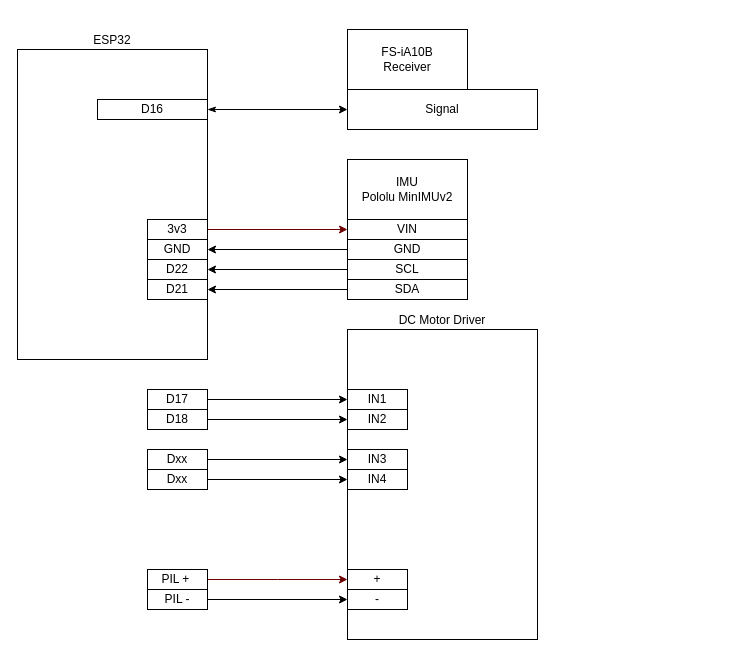
Before: page "Harness" (3 of 4) of docs/figures/system_diagram.drawio in slightlyReal/buggy, a draw.io diagram. Source tidied: cells renumbered, new cells numbered last; positions are measured from the earlier drawing's top-left corner, leaving out a move shared by most shapes. Both pictures are drawn from the tidied source at 100%, with x=0, y=0 at pixel (17, 29).
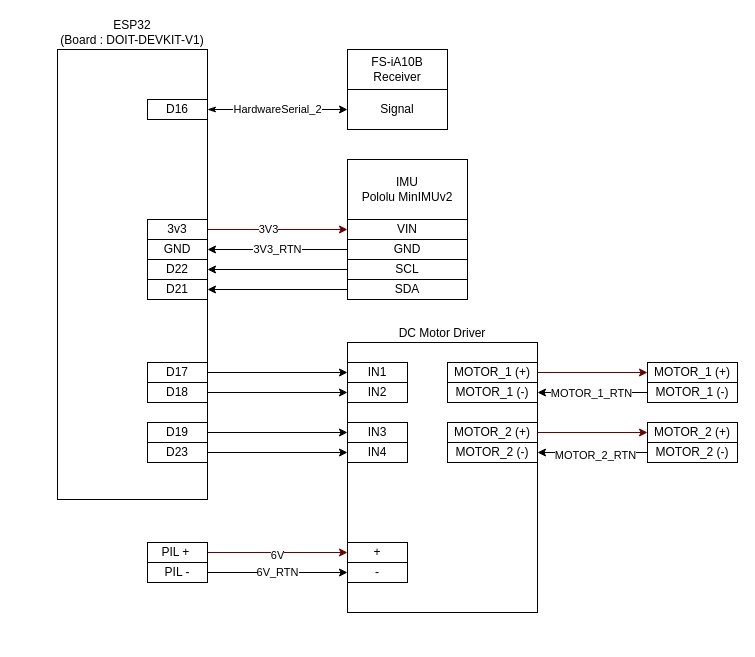
The same diagram, later.

Commit message (it also covers changes not shown here):
Added : Second motor

The change refers to these unchanged cells:
```xml
<mxCell id="8" style="edgeStyle=orthogonalEdgeStyle;rounded=0;jettySize=auto;html=1;entryX=0;entryY=0.5;entryDx=0;entryDy=0;fillColor=#a20025;strokeColor=#6F0000;exitX=1;exitY=0.5;exitDx=0;exitDy=0;" parent="1" edge="1" source="14" target="9">
  <mxGeometry relative="1" as="geometry" />
</mxCell>
<mxCell id="11" value="GND" style="rounded=0;whiteSpace=wrap;html=1;" parent="1" vertex="1">
  <mxGeometry x="330" y="210" width="120" height="20" as="geometry" />
</mxCell>
<mxCell id="15" value="GND" style="rounded=0;whiteSpace=wrap;html=1;" parent="1" vertex="1">
  <mxGeometry x="130" y="210" width="60" height="20" as="geometry" />
</mxCell>
```

Diff of the diagram source:
```diff
@@
-    <mxCell id="2" value="ESP32" style="rounded=0;whiteSpace=wrap;html=1;labelPosition=center;verticalLabelPosition=top;align=center;verticalAlign=bottom;" parent="1" vertex="1">
-      <mxGeometry y="20" width="190" height="310" as="geometry" />
+    <mxCell id="2" value="ESP32&lt;div&gt;(Board : DOIT-DEVKIT-V1)&lt;/div&gt;" style="rounded=0;whiteSpace=wrap;html=1;labelPosition=center;verticalLabelPosition=top;align=center;verticalAlign=bottom;" parent="1" vertex="1">
+      <mxGeometry x="40" y="20" width="150" height="450" as="geometry" />
     </mxCell>
@@
     <mxCell id="4" value="FS-iA10B&lt;div&gt;Receiver&lt;/div&gt;" style="rounded=0;whiteSpace=wrap;html=1;" parent="1" vertex="1">
-      <mxGeometry x="330" width="120" height="60" as="geometry" />
+      <mxGeometry x="330" y="20" width="100" height="40" as="geometry" />
     </mxCell>
-    <mxCell id="5" style="edgeStyle=orthogonalEdgeStyle;rounded=0;jettySize=auto;html=1;exitX=1;exitY=0.5;exitDx=0;exitDy=0;entryX=0;entryY=0.5;entryDx=0;entryDy=0;startArrow=classicThin;startFill=1;" parent="1" edge="1" source="6" target="7">
+    <mxCell id="5" value="HardwareSerial_2" style="edgeStyle=orthogonalEdgeStyle;rounded=0;jettySize=auto;html=1;exitX=1;exitY=0.5;exitDx=0;exitDy=0;entryX=0;entryY=0.5;entryDx=0;entryDy=0;startArrow=classicThin;startFill=1;" parent="1" edge="1" source="6" target="7">
       <mxGeometry relative="1" as="geometry" />
     </mxCell>
     <mxCell id="6" value="D16" style="rounded=0;whiteSpace=wrap;html=1;" parent="1" vertex="1">
-      <mxGeometry x="80" y="70" width="110" height="20" as="geometry" />
+      <mxGeometry x="130" y="70" width="60" height="20" as="geometry" />
     </mxCell>
     <mxCell id="7" value="Signal" style="rounded=0;whiteSpace=wrap;html=1;" parent="1" vertex="1">
-      <mxGeometry x="330" y="60" width="190" height="40" as="geometry" />
+      <mxGeometry x="330" y="60" width="100" height="40" as="geometry" />
     </mxCell>
@@
+    <mxCell id="39" value="3V3" style="edgeLabel;html=1;align=center;verticalAlign=middle;" parent="8" vertex="1">
+      <mxGeometry x="-0.14" y="1" relative="1" as="geometry" />
+    </mxCell>
@@
-    <mxCell id="10" style="edgeStyle=orthogonalEdgeStyle;rounded=0;jettySize=auto;html=1;exitX=0;exitY=0.5;exitDx=0;exitDy=0;entryX=1;entryY=0.5;entryDx=0;entryDy=0;" parent="1" edge="1" source="11" target="15">
+    <mxCell id="10" value="3V3_RTN" style="edgeStyle=orthogonalEdgeStyle;rounded=0;jettySize=auto;html=1;exitX=0;exitY=0.5;exitDx=0;exitDy=0;entryX=1;entryY=0.5;entryDx=0;entryDy=0;" parent="1" edge="1" source="11" target="15">
       <mxGeometry relative="1" as="geometry" />
     </mxCell>
@@
     <mxCell id="20" value="DC Motor Driver" style="rounded=0;whiteSpace=wrap;html=1;labelPosition=center;verticalLabelPosition=top;align=center;verticalAlign=bottom;" parent="1" vertex="1">
-      <mxGeometry x="330" y="300" width="190" height="310" as="geometry" />
+      <mxGeometry x="330" y="313" width="190" height="270" as="geometry" />
     </mxCell>
     <mxCell id="21" value="D17" style="rounded=0;whiteSpace=wrap;html=1;" parent="1" vertex="1">
-      <mxGeometry x="130" y="360" width="60" height="20" as="geometry" />
+      <mxGeometry x="130" y="333" width="60" height="20" as="geometry" />
     </mxCell>
     <mxCell id="22" value="D18" style="rounded=0;whiteSpace=wrap;html=1;" parent="1" vertex="1">
-      <mxGeometry x="130" y="380" width="60" height="20" as="geometry" />
+      <mxGeometry x="130" y="353" width="60" height="20" as="geometry" />
     </mxCell>
     <mxCell id="23" value="IN1" style="rounded=0;whiteSpace=wrap;html=1;" parent="1" vertex="1">
-      <mxGeometry x="330" y="360" width="60" height="20" as="geometry" />
+      <mxGeometry x="330" y="333" width="60" height="20" as="geometry" />
     </mxCell>
     <mxCell id="24" value="IN2" style="rounded=0;whiteSpace=wrap;html=1;" parent="1" vertex="1">
-      <mxGeometry x="330" y="380" width="60" height="20" as="geometry" />
+      <mxGeometry x="330" y="353" width="60" height="20" as="geometry" />
     </mxCell>
@@
-    <mxCell id="27" value="Dxx" style="rounded=0;whiteSpace=wrap;html=1;" parent="1" vertex="1">
-      <mxGeometry x="130" y="420" width="60" height="20" as="geometry" />
+    <mxCell id="27" value="D19" style="rounded=0;whiteSpace=wrap;html=1;" parent="1" vertex="1">
+      <mxGeometry x="130" y="393" width="60" height="20" as="geometry" />
     </mxCell>
-    <mxCell id="28" value="Dxx" style="rounded=0;whiteSpace=wrap;html=1;" parent="1" vertex="1">
-      <mxGeometry x="130" y="440" width="60" height="20" as="geometry" />
+    <mxCell id="28" value="D23" style="rounded=0;whiteSpace=wrap;html=1;" parent="1" vertex="1">
+      <mxGeometry x="130" y="413" width="60" height="20" as="geometry" />
     </mxCell>
     <mxCell id="29" value="IN3" style="rounded=0;whiteSpace=wrap;html=1;" parent="1" vertex="1">
-      <mxGeometry x="330" y="420" width="60" height="20" as="geometry" />
+      <mxGeometry x="330" y="393" width="60" height="20" as="geometry" />
     </mxCell>
     <mxCell id="30" value="IN4" style="rounded=0;whiteSpace=wrap;html=1;" parent="1" vertex="1">
-      <mxGeometry x="330" y="440" width="60" height="20" as="geometry" />
+      <mxGeometry x="330" y="413" width="60" height="20" as="geometry" />
     </mxCell>
@@
     <mxCell id="33" value="+" style="rounded=0;whiteSpace=wrap;html=1;" parent="1" vertex="1">
-      <mxGeometry x="330" y="540" width="60" height="20" as="geometry" />
+      <mxGeometry x="330" y="513" width="60" height="20" as="geometry" />
     </mxCell>
     <mxCell id="34" value="-" style="rounded=0;whiteSpace=wrap;html=1;" parent="1" vertex="1">
-      <mxGeometry x="330" y="560" width="60" height="20" as="geometry" />
+      <mxGeometry x="330" y="533" width="60" height="20" as="geometry" />
     </mxCell>
     <mxCell id="35" style="edgeStyle=orthogonalEdgeStyle;rounded=0;jettySize=auto;html=1;entryX=0;entryY=0.5;entryDx=0;entryDy=0;fillColor=#a20025;strokeColor=#6F0000;exitX=1;exitY=0.5;exitDx=0;exitDy=0;" parent="1" edge="1" source="36">
       <mxGeometry relative="1" as="geometry">
-        <mxPoint x="330" y="550" as="targetPoint" />
+        <mxPoint x="330" y="523" as="targetPoint" />
       </mxGeometry>
     </mxCell>
+    <mxCell id="40" value="6V" style="edgeLabel;html=1;align=center;verticalAlign=middle;" parent="35" vertex="1">
+      <mxGeometry x="-0.02" y="-2" relative="1" as="geometry" />
+    </mxCell>
     <mxCell id="36" value="PIL +&amp;nbsp;" style="rounded=0;whiteSpace=wrap;html=1;" parent="1" vertex="1">
-      <mxGeometry x="130" y="540" width="60" height="20" as="geometry" />
+      <mxGeometry x="130" y="513" width="60" height="20" as="geometry" />
     </mxCell>
     <mxCell id="37" value="PIL -" style="rounded=0;whiteSpace=wrap;html=1;" parent="1" vertex="1">
-      <mxGeometry x="130" y="560" width="60" height="20" as="geometry" />
+      <mxGeometry x="130" y="533" width="60" height="20" as="geometry" />
     </mxCell>
-    <mxCell id="38" style="edgeStyle=orthogonalEdgeStyle;rounded=0;jettySize=auto;html=1;exitX=1;exitY=0.5;exitDx=0;exitDy=0;startArrow=none;startFill=0;entryX=0;entryY=0.5;entryDx=0;entryDy=0;" parent="1" edge="1" source="37" target="34">
+    <mxCell id="38" value="6V_RTN" style="edgeStyle=orthogonalEdgeStyle;rounded=0;jettySize=auto;html=1;exitX=1;exitY=0.5;exitDx=0;exitDy=0;startArrow=none;startFill=0;entryX=0;entryY=0.5;entryDx=0;entryDy=0;" parent="1" edge="1" source="37" target="34">
       <mxGeometry relative="1" as="geometry" />
     </mxCell>
+    <mxCell id="41" value="MOTOR_1 (+)" style="rounded=0;whiteSpace=wrap;html=1;" parent="1" vertex="1">
+      <mxGeometry x="430" y="333" width="90" height="20" as="geometry" />
+    </mxCell>
+    <mxCell id="42" value="MOTOR_1 (-)" style="rounded=0;whiteSpace=wrap;html=1;" parent="1" vertex="1">
+      <mxGeometry x="430" y="353" width="90" height="20" as="geometry" />
+    </mxCell>
+    <mxCell id="43" value="MOTOR_2 (+)" style="rounded=0;whiteSpace=wrap;html=1;" parent="1" vertex="1">
+      <mxGeometry x="430" y="393" width="90" height="20" as="geometry" />
+    </mxCell>
+    <mxCell id="44" value="MOTOR_2 (-)" style="rounded=0;whiteSpace=wrap;html=1;" parent="1" vertex="1">
+      <mxGeometry x="430" y="413" width="90" height="20" as="geometry" />
+    </mxCell>
+    <mxCell id="45" value="MOTOR_1 (+)" style="rounded=0;whiteSpace=wrap;html=1;" parent="1" vertex="1">
+      <mxGeometry x="630" y="333" width="90" height="20" as="geometry" />
+    </mxCell>
+    <mxCell id="46" value="MOTOR_1 (-)" style="rounded=0;whiteSpace=wrap;html=1;" parent="1" vertex="1">
+      <mxGeometry x="630" y="353" width="90" height="20" as="geometry" />
+    </mxCell>
+    <mxCell id="47" value="MOTOR_2 (+)" style="rounded=0;whiteSpace=wrap;html=1;" parent="1" vertex="1">
+      <mxGeometry x="630" y="393" width="90" height="20" as="geometry" />
+    </mxCell>
+    <mxCell id="48" value="MOTOR_2 (-)" style="rounded=0;whiteSpace=wrap;html=1;" parent="1" vertex="1">
+      <mxGeometry x="630" y="413" width="90" height="20" as="geometry" />
+    </mxCell>
+    <mxCell id="49" style="edgeStyle=orthogonalEdgeStyle;rounded=0;jettySize=auto;html=1;fillColor=#a20025;strokeColor=#6F0000;exitX=1;exitY=0.5;exitDx=0;exitDy=0;entryX=0;entryY=0.5;entryDx=0;entryDy=0;" parent="1" edge="1" source="41" target="45">
+      <mxGeometry relative="1" as="geometry" />
+    </mxCell>
+    <mxCell id="50" style="edgeStyle=orthogonalEdgeStyle;rounded=0;jettySize=auto;html=1;fillColor=#a20025;strokeColor=#6F0000;exitX=1;exitY=0.5;exitDx=0;exitDy=0;entryX=0;entryY=0.5;entryDx=0;entryDy=0;" parent="1" edge="1" source="43" target="47">
+      <mxGeometry relative="1" as="geometry" />
+    </mxCell>
+    <mxCell id="51" style="edgeStyle=orthogonalEdgeStyle;rounded=0;jettySize=auto;html=1;exitX=0;exitY=0.5;exitDx=0;exitDy=0;startArrow=none;startFill=0;entryX=1;entryY=0.5;entryDx=0;entryDy=0;" parent="1" edge="1" source="46" target="42">
+      <mxGeometry relative="1" as="geometry" />
+    </mxCell>
+    <mxCell id="52" value="MOTOR_1_RTN" style="edgeLabel;html=1;align=center;verticalAlign=middle;" parent="51" vertex="1">
+      <mxGeometry x="0.04" relative="1" as="geometry" />
+    </mxCell>
+    <mxCell id="53" style="edgeStyle=orthogonalEdgeStyle;rounded=0;jettySize=auto;html=1;startArrow=none;startFill=0;entryX=1;entryY=0.5;entryDx=0;entryDy=0;exitX=0;exitY=0.5;exitDx=0;exitDy=0;" parent="1" edge="1" source="48" target="44">
+      <mxGeometry relative="1" as="geometry" />
+    </mxCell>
+    <mxCell id="54" value="MOTOR_2_RTN" style="edgeLabel;html=1;align=center;verticalAlign=middle;" parent="53" vertex="1">
+      <mxGeometry x="-0.03" y="2" relative="1" as="geometry" />
+    </mxCell>
```
